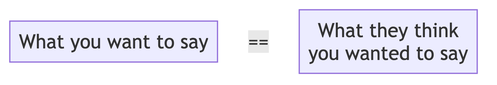
This is 2023-09-sphere-it/resources/comm-model-3.mermaid.png from Krever/presentations, a Mermaid export, as it was before one commit. Its source is kept beside it as 2023-09-sphere-it/resources/comm-model-3.mermaid.
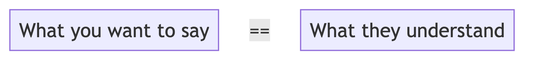
Later version of the same file.

Diff of the diagram source:
```diff
@@ -1,3 +1,3 @@
 %%{init: {"flowchart": {"htmlLabels": true}} }%%
 flowchart LR
-    Sender["What you want to say"] ~~~|==| Receiver["What they think\n you wanted to say"]
+    Sender["What you want to say"] ~~~|==| Receiver["What they understand"]
```
